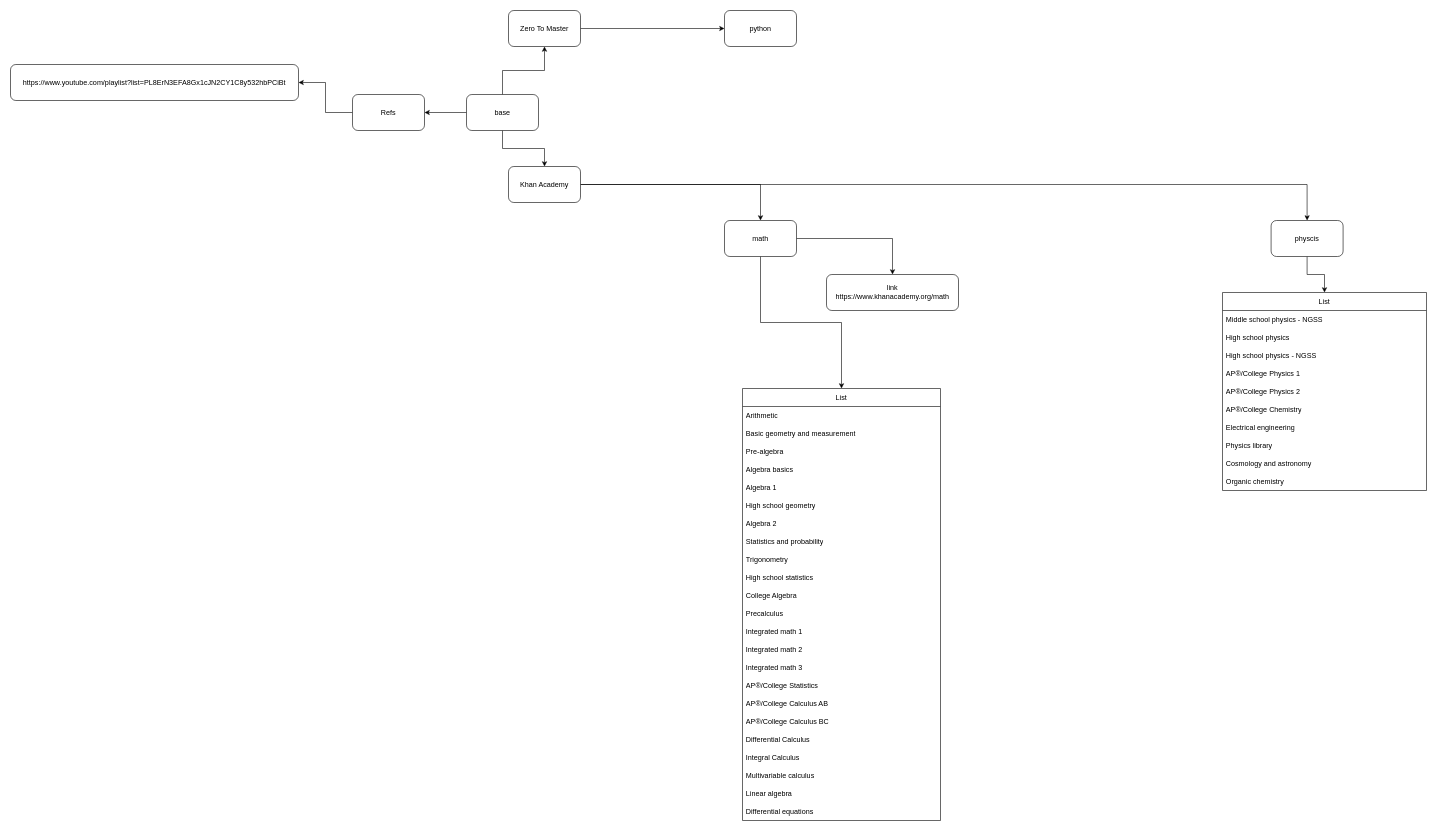
Mini-Pingu/math_physics keeps this draw.io diagram as page "roadmap" (1 of 2) of roadmap.drawio. Above is the earlier version. Source tidied: cells renumbered, new cells numbered last; positions are measured from the earlier drawing's top-left corner, leaving out a move shared by most shapes. Both pictures are drawn from the tidied source at 60%, with x=0, y=0 at pixel (10, 10).
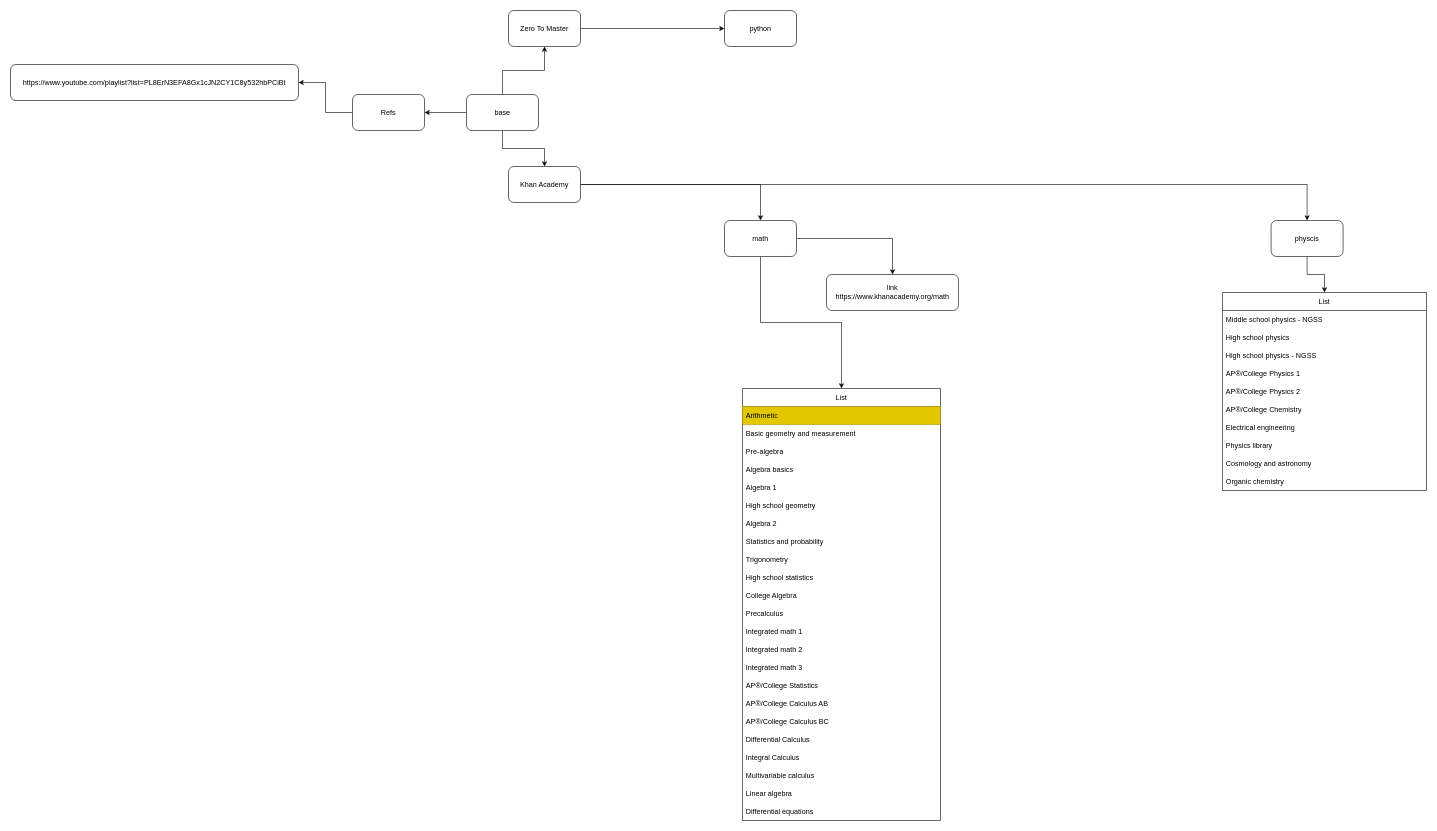
Above is the later version.

Unchanged cells that the change refers to:
```xml
<mxCell id="10" value="List" style="swimlane;fontStyle=0;horizontal=1;startSize=30;whiteSpace=wrap;html=1;" parent="1" vertex="1">
  <mxGeometry x="1220" y="630" width="330" height="720" as="geometry" />
</mxCell>
```

What changed in the source:
```diff
@@
-    <mxCell id="11" value="Arithmetic" style="text;strokeColor=none;fillColor=none;align=left;verticalAlign=middle;spacingLeft=4;spacingRight=4;overflow=hidden;whiteSpace=wrap;html=1;" parent="10" vertex="1">
+    <mxCell id="11" value="Arithmetic" style="text;strokeColor=#B09500;fillColor=#e3c800;align=left;verticalAlign=middle;spacingLeft=4;spacingRight=4;overflow=hidden;whiteSpace=wrap;html=1;fontColor=#000000;" parent="10" vertex="1">
       <mxGeometry y="30" width="330" height="30" as="geometry" />
     </mxCell>
```
